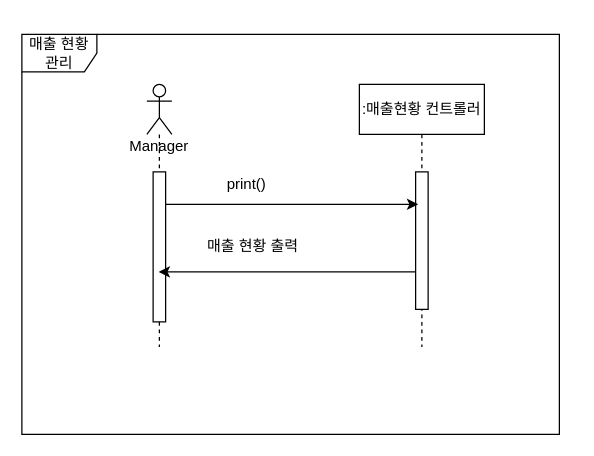
Before: 상세명세서/Behavioral Model/sequence diagram/매출 현황 관리.drawio in distroytest/KNUSD-20202-Team05, a draw.io diagram. Source tidied: cells renumbered, new cells numbered last; positions are measured from the earlier drawing's top-left corner, leaving out a move shared by most shapes. Both pictures are drawn from the tidied source at 125%, with x=0, y=0 at pixel (21, 34).
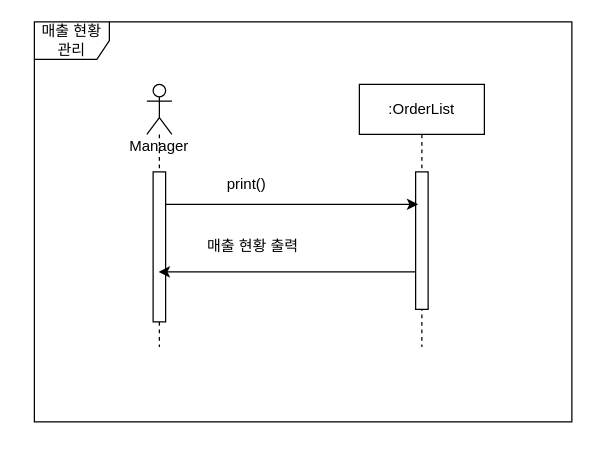
The same diagram, later.

Commit message:
Update 매출 현황 관리.drawio

Diff of the diagram source:
```diff
@@
 <mxGraphModel>
   <root>
     <mxCell id="0" />
     <mxCell id="1" parent="0" />
     <mxCell id="2" style="shape=umlLifeline;participant=umlActor;perimeter=lifelinePerimeter;whiteSpace=wrap;html=1;verticalAlign=top;spacingTop=36;outlineConnect=0;" parent="1" vertex="1">
       <mxGeometry x="100" y="40" width="20" height="210" as="geometry" />
     </mxCell>
     <mxCell id="3" style="html=1;points=[];perimeter=orthogonalPerimeter;" parent="2" vertex="1">
       <mxGeometry x="5" y="70" width="10" height="120" as="geometry" />
     </mxCell>
     <mxCell id="4" value="Manager" style="text;html=1;strokeColor=none;fillColor=none;align=center;verticalAlign=middle;whiteSpace=wrap;rounded=0;" parent="1" vertex="1">
       <mxGeometry x="90" y="80" width="40" height="20" as="geometry" />
     </mxCell>
-    <mxCell id="5" value=":매출현황 컨트롤러" style="shape=umlLifeline;perimeter=lifelinePerimeter;whiteSpace=wrap;html=1;" parent="1" vertex="1">
+    <mxCell id="5" value=":OrderList" style="shape=umlLifeline;perimeter=lifelinePerimeter;whiteSpace=wrap;html=1;" parent="1" vertex="1">
       <mxGeometry x="270" y="40" width="100" height="210" as="geometry" />
     </mxCell>
     <mxCell id="6" style="html=1;points=[];perimeter=orthogonalPerimeter;" parent="5" vertex="1">
       <mxGeometry x="45" y="70" width="10" height="110" as="geometry" />
     </mxCell>
     <mxCell id="7" style="edgeStyle=orthogonalEdgeStyle;rounded=0;jettySize=auto;html=1;entryX=0.2;entryY=0.236;entryDx=0;entryDy=0;entryPerimeter=0;" parent="1" edge="1" source="3" target="6">
       <mxGeometry relative="1" as="geometry">
         <Array as="points">
           <mxPoint x="200" y="136" />
           <mxPoint x="200" y="136" />
         </Array>
       </mxGeometry>
     </mxCell>
     <mxCell id="8" style="edgeStyle=orthogonalEdgeStyle;rounded=0;jettySize=auto;html=1;" parent="1" edge="1" source="6" target="2">
       <mxGeometry relative="1" as="geometry">
         <Array as="points">
           <mxPoint x="280" y="190" />
           <mxPoint x="280" y="190" />
         </Array>
       </mxGeometry>
     </mxCell>
     <mxCell id="9" value="매출 현황 출력" style="text;html=1;strokeColor=none;fillColor=none;align=center;verticalAlign=middle;whiteSpace=wrap;rounded=0;" parent="1" vertex="1">
       <mxGeometry x="130" y="160" width="110" height="20" as="geometry" />
     </mxCell>
     <mxCell id="10" value="print()" style="text;html=1;strokeColor=none;fillColor=none;align=center;verticalAlign=middle;whiteSpace=wrap;rounded=0;" parent="1" vertex="1">
       <mxGeometry x="160" y="110" width="40" height="20" as="geometry" />
     </mxCell>
     <mxCell id="11" value="매출 현황 관리" style="shape=umlFrame;whiteSpace=wrap;html=1;" parent="1" vertex="1">
-      <mxGeometry width="430" height="320" as="geometry" />
+      <mxGeometry x="10" y="-10" width="430" height="320" as="geometry" />
     </mxCell>
   </root>
 </mxGraphModel>
```
